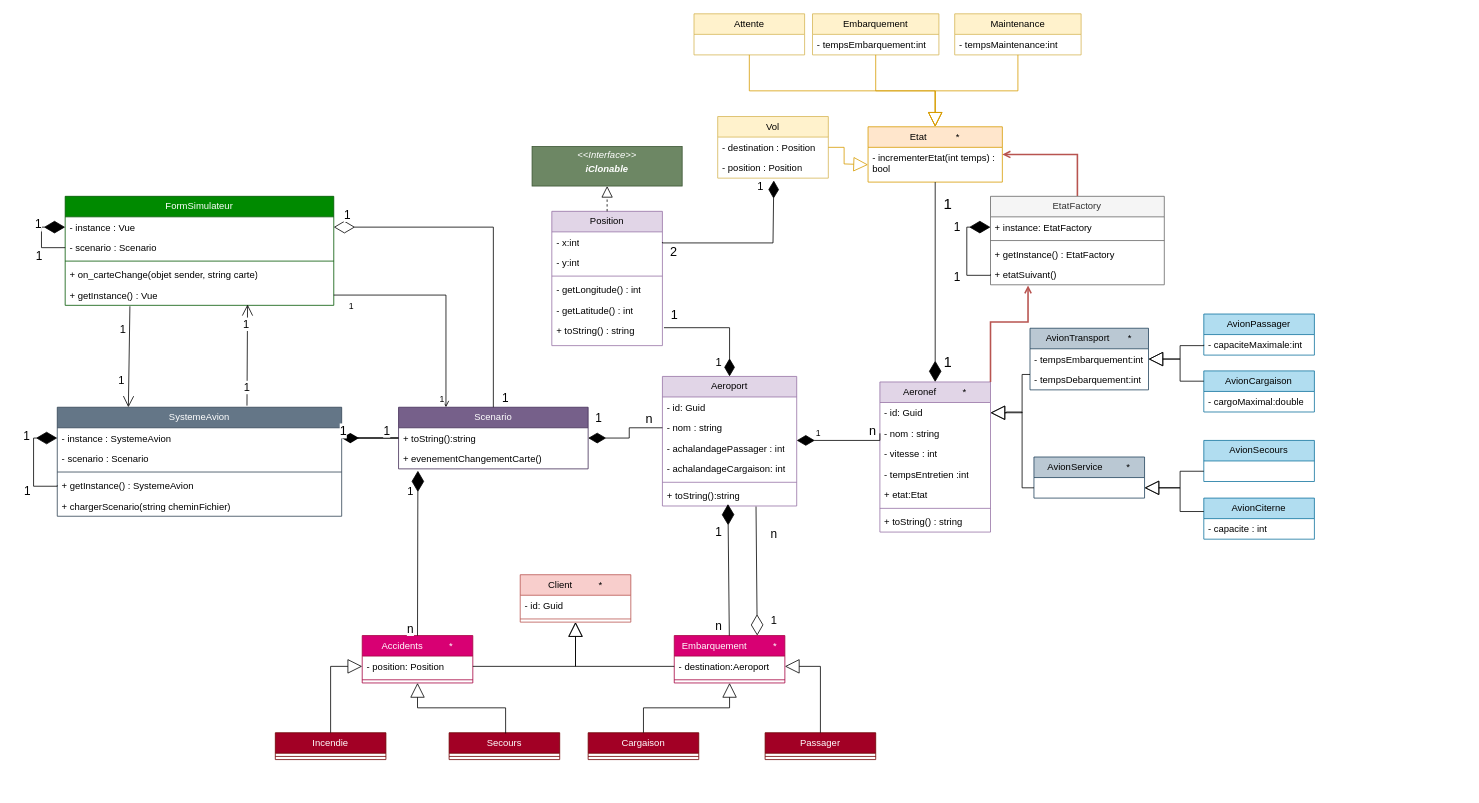
The draw.io diagram AviyonsSimulateur.drawio in felixcharbonneau/Echec, before the edit. Source tidied: cells renumbered, new cells numbered last; positions are measured from the earlier drawing's top-left corner, leaving out a move shared by most shapes. Both pictures are drawn from the tidied source at 79%, with x=0, y=0 at pixel (33, 13).
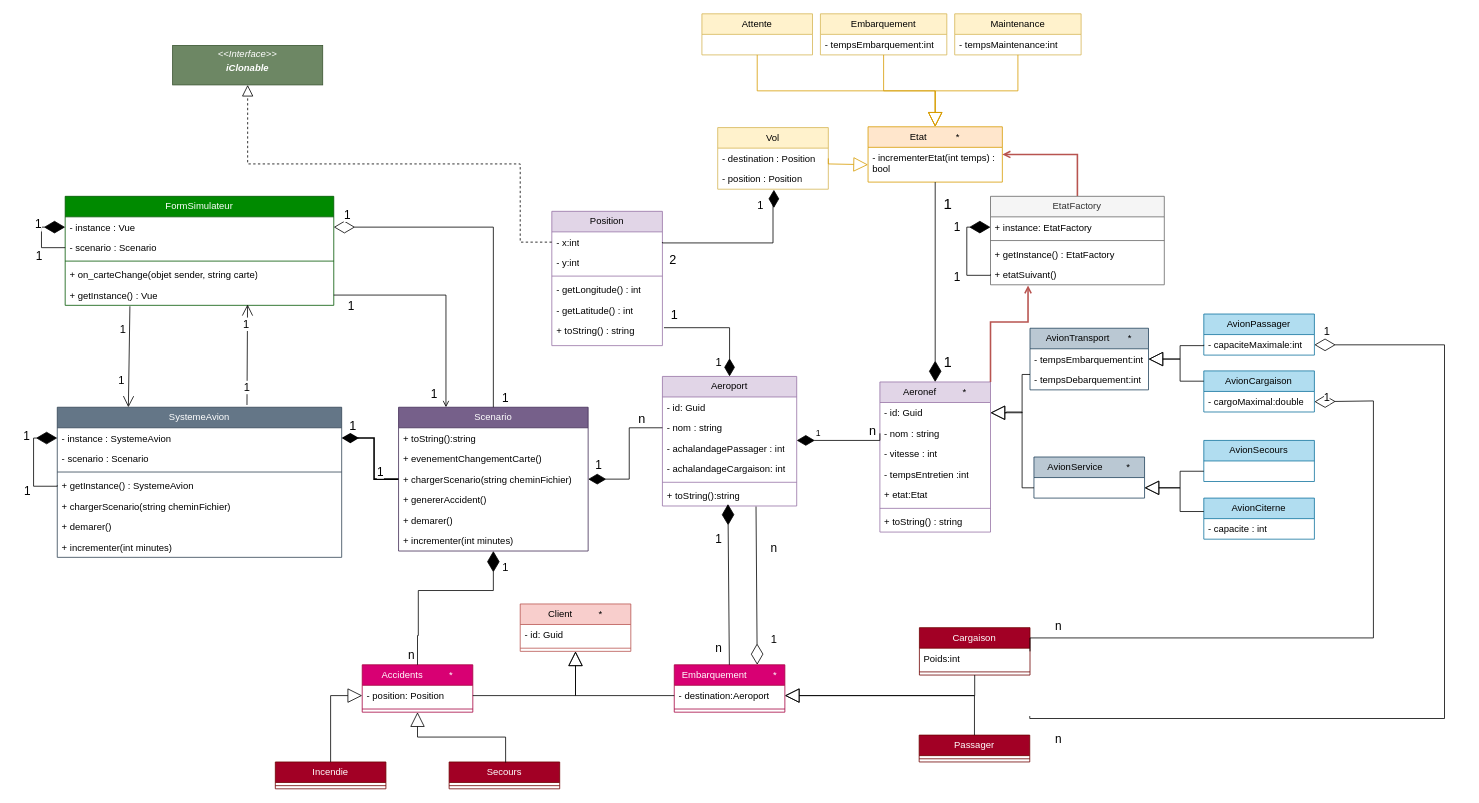
The same page after the edit.

Unchanged cells that the change refers to:
```xml
<mxCell id="13" value="+ evenementChangementCarte()" style="text;strokeColor=none;fillColor=none;align=left;verticalAlign=top;spacingLeft=4;spacingRight=4;overflow=hidden;points=[[0,0.5],[1,0.5]];portConstraint=eastwest;whiteSpace=wrap;html=1;" parent="11" vertex="1">
  <mxGeometry y="52" width="240" height="26" as="geometry" />
</mxCell>
<mxCell id="14" style="edgeStyle=orthogonalEdgeStyle;rounded=0;jettySize=auto;html=1;exitX=0;exitY=0.5;exitDx=0;exitDy=0;endArrow=diamondThin;endFill=1;strokeWidth=2;endSize=16;" parent="1" edge="1" source="11" target="3">
  <mxGeometry relative="1" as="geometry" />
</mxCell>
<mxCell id="35" style="edgeStyle=orthogonalEdgeStyle;rounded=0;jettySize=auto;html=1;exitX=1;exitY=0.5;exitDx=0;exitDy=0;entryX=0.25;entryY=0;entryDx=0;entryDy=0;endArrow=open;endFill=0;" parent="1" edge="1" source="22" target="11">
  <mxGeometry relative="1" as="geometry" />
</mxCell>
<mxCell id="57" value="- capaciteMaximale:int" style="text;strokeColor=none;fillColor=none;align=left;verticalAlign=top;spacingLeft=4;spacingRight=4;overflow=hidden;points=[[0,0.5],[1,0.5]];portConstraint=eastwest;whiteSpace=wrap;html=1;" parent="56" vertex="1">
  <mxGeometry y="26" width="140" height="26" as="geometry" />
</mxCell>
<mxCell id="59" value="- cargoMaximal:double" style="text;strokeColor=none;fillColor=none;align=left;verticalAlign=top;spacingLeft=4;spacingRight=4;overflow=hidden;points=[[0,0.5],[1,0.5]];portConstraint=eastwest;whiteSpace=wrap;html=1;" parent="58" vertex="1">
  <mxGeometry y="26" width="140" height="26" as="geometry" />
</mxCell>
<mxCell id="77" value="- incrementerEtat(int temps) : bool" style="text;strokeColor=none;fillColor=none;align=left;verticalAlign=top;spacingLeft=4;spacingRight=4;overflow=hidden;points=[[0,0.5],[1,0.5]];portConstraint=eastwest;whiteSpace=wrap;html=1;" parent="76" vertex="1">
  <mxGeometry y="26" width="170" height="44" as="geometry" />
</mxCell>
<mxCell id="87" value="- destination : Position" style="text;strokeColor=none;fillColor=none;align=left;verticalAlign=top;spacingLeft=4;spacingRight=4;overflow=hidden;points=[[0,0.5],[1,0.5]];portConstraint=eastwest;whiteSpace=wrap;html=1;" parent="86" vertex="1">
  <mxGeometry y="26" width="140" height="26" as="geometry" />
</mxCell>
<mxCell id="88" value="- position : Position" style="text;strokeColor=none;fillColor=none;align=left;verticalAlign=top;spacingLeft=4;spacingRight=4;overflow=hidden;points=[[0,0.5],[1,0.5]];portConstraint=eastwest;whiteSpace=wrap;html=1;" parent="86" vertex="1">
  <mxGeometry y="52" width="140" height="26" as="geometry" />
</mxCell>
<mxCell id="89" value="Position" style="swimlane;fontStyle=0;horizontal=1;startSize=26;fillColor=#e1d5e7;whiteSpace=wrap;html=1;strokeColor=#9673a6;" parent="1" vertex="1">
  <mxGeometry x="656" y="250" width="140" height="170" as="geometry" />
</mxCell>
<mxCell id="90" value="- x:int" style="text;strokeColor=none;fillColor=none;align=left;verticalAlign=top;spacingLeft=4;spacingRight=4;overflow=hidden;points=[[0,0.5],[1,0.5]];portConstraint=eastwest;whiteSpace=wrap;html=1;" parent="89" vertex="1">
  <mxGeometry y="26" width="140" height="26" as="geometry" />
</mxCell>
<mxCell id="126" value="- destination:Aeroport" style="text;strokeColor=none;fillColor=none;align=left;verticalAlign=top;spacingLeft=4;spacingRight=4;overflow=hidden;points=[[0,0.5],[1,0.5]];portConstraint=eastwest;whiteSpace=wrap;html=1;" parent="125" vertex="1">
  <mxGeometry y="26" width="140" height="26" as="geometry" />
</mxCell>
```

The edit, as a diff of the source:
```diff
@@
     <mxCell id="2" value="SystemeAvion" style="swimlane;fontStyle=0;horizontal=1;startSize=26;fillColor=#647687;whiteSpace=wrap;html=1;strokeColor=#314354;fontColor=#ffffff;" parent="1" vertex="1">
-      <mxGeometry x="30" y="498" width="360" height="138" as="geometry" />
+      <mxGeometry x="30" y="498" width="360" height="190" as="geometry" />
     </mxCell>
@@
+    <mxCell id="150" value="+ demarer()" style="text;strokeColor=none;fillColor=none;align=left;verticalAlign=top;spacingLeft=4;spacingRight=4;overflow=hidden;whiteSpace=wrap;html=1;" parent="2" vertex="1">
+      <mxGeometry y="138" width="360" height="26" as="geometry" />
+    </mxCell>
+    <mxCell id="151" value="+ incrementer(int minutes)" style="text;strokeColor=none;fillColor=none;align=left;verticalAlign=top;spacingLeft=4;spacingRight=4;overflow=hidden;whiteSpace=wrap;html=1;" parent="2" vertex="1">
+      <mxGeometry y="164" width="360" height="26" as="geometry" />
+    </mxCell>
     <mxCell id="11" value="Scenario" style="swimlane;fontStyle=0;horizontal=1;startSize=26;fillColor=#76608a;whiteSpace=wrap;html=1;strokeColor=#432D57;fontColor=#ffffff;" parent="1" vertex="1">
-      <mxGeometry x="462" y="498" width="240" height="78" as="geometry" />
+      <mxGeometry x="462" y="498" width="240" height="182" as="geometry" />
     </mxCell>
@@
+    <mxCell id="152" value="+ chargerScenario(string cheminFichier)" style="text;strokeColor=none;fillColor=none;align=left;verticalAlign=top;spacingLeft=4;spacingRight=4;overflow=hidden;whiteSpace=wrap;html=1;" parent="11" vertex="1">
+      <mxGeometry y="78" width="240" height="26" as="geometry" />
+    </mxCell>
+    <mxCell id="153" value="+ genererAccident()" style="text;strokeColor=none;fillColor=none;align=left;verticalAlign=top;spacingLeft=4;spacingRight=4;overflow=hidden;whiteSpace=wrap;html=1;" parent="11" vertex="1">
+      <mxGeometry y="104" width="240" height="26" as="geometry" />
+    </mxCell>
+    <mxCell id="154" value="+ demarer()" style="text;strokeColor=none;fillColor=none;align=left;verticalAlign=top;spacingLeft=4;spacingRight=4;overflow=hidden;whiteSpace=wrap;html=1;" parent="11" vertex="1">
+      <mxGeometry y="130" width="240" height="26" as="geometry" />
+    </mxCell>
+    <mxCell id="155" value="+ incrementer(int minutes)" style="text;strokeColor=none;fillColor=none;align=left;verticalAlign=top;spacingLeft=4;spacingRight=4;overflow=hidden;whiteSpace=wrap;html=1;" parent="11" vertex="1">
+      <mxGeometry y="156" width="240" height="26" as="geometry" />
+    </mxCell>
@@
     <mxCell id="15" value="1" style="edgeLabel;html=1;align=center;verticalAlign=middle;fontSize=16;" parent="14" vertex="1">
       <mxGeometry x="0.51" y="-4" relative="1" as="geometry">
-        <mxPoint x="-17" y="-6" as="offset" />
+        <mxPoint x="-17" y="-13" as="offset" />
       </mxGeometry>
     </mxCell>
@@
-    <mxCell id="36" value="1" style="edgeLabel;html=1;align=center;verticalAlign=middle;" parent="35" vertex="1">
+    <mxCell id="36" value="1" style="edgeLabel;html=1;align=center;verticalAlign=middle;fontSize=15;" parent="35" vertex="1">
       <mxGeometry x="0.83" y="-1" relative="1" as="geometry">
-        <mxPoint x="-5" y="13" as="offset" />
+        <mxPoint x="-15" y="6" as="offset" />
       </mxGeometry>
     </mxCell>
-    <mxCell id="37" value="1" style="edgeLabel;html=1;align=center;verticalAlign=middle;" parent="35" vertex="1">
+    <mxCell id="37" value="1" style="edgeLabel;html=1;align=center;verticalAlign=middle;fontSize=15;" parent="35" vertex="1">
       <mxGeometry x="-0.79" y="1" relative="1" as="geometry">
         <mxPoint x="-9" y="14" as="offset" />
       </mxGeometry>
     </mxCell>
@@
     <mxCell id="47" value="1" style="edgeLabel;html=1;align=center;verticalAlign=middle;fontSize=15;" parent="1" vertex="1">
-      <mxGeometry x="606" y="490" as="geometry">
+      <mxGeometry x="606" y="550" as="geometry">
         <mxPoint x="108" y="20" as="offset" />
       </mxGeometry>
     </mxCell>
@@
     <mxCell id="81" value="Attente" style="swimlane;fontStyle=0;horizontal=1;startSize=26;fillColor=#fff2cc;whiteSpace=wrap;html=1;strokeColor=#d6b656;" parent="1" vertex="1">
-      <mxGeometry x="836" width="140" height="52" as="geometry" />
+      <mxGeometry x="846" width="140" height="52" as="geometry" />
     </mxCell>
@@
     <mxCell id="83" value="Embarquement" style="swimlane;fontStyle=0;horizontal=1;startSize=26;fillColor=#fff2cc;whiteSpace=wrap;html=1;strokeColor=#d6b656;" parent="1" vertex="1">
-      <mxGeometry x="986" width="160" height="52" as="geometry" />
+      <mxGeometry x="996" width="160" height="52" as="geometry" />
     </mxCell>
@@
     <mxCell id="86" value="Vol" style="swimlane;fontStyle=0;horizontal=1;startSize=26;fillColor=#fff2cc;whiteSpace=wrap;html=1;strokeColor=#d6b656;" parent="1" vertex="1">
-      <mxGeometry x="866" y="130" width="140" height="78" as="geometry" />
+      <mxGeometry x="866" y="144" width="140" height="78" as="geometry" />
     </mxCell>
@@
     <mxCell id="96" value="&lt;p style=&quot;margin:0px;margin-top:4px;text-align:center;&quot;&gt;&lt;i&gt;&amp;lt;&amp;lt;Interface&amp;gt;&amp;gt;&lt;/i&gt;&lt;br&gt;&lt;/p&gt;&lt;p style=&quot;margin:0px;margin-top:4px;text-align:center;&quot;&gt;&lt;i&gt;&lt;b&gt;iClonable&lt;/b&gt;&lt;/i&gt;&lt;/p&gt;&lt;p style=&quot;margin:0px;margin-left:4px;&quot;&gt;&lt;br&gt;&lt;/p&gt;" style="verticalAlign=top;align=left;overflow=fill;html=1;whiteSpace=wrap;fillColor=#6d8764;fontColor=#ffffff;strokeColor=#3A5431;" parent="1" vertex="1">
-      <mxGeometry x="631" y="168" width="190" height="50" as="geometry" />
+      <mxGeometry x="176" y="40" width="190" height="50" as="geometry" />
     </mxCell>
-    <mxCell id="97" style="endArrow=block;dashed=1;endFill=0;endSize=12;html=1;rounded=0;entryX=0.5;entryY=1;entryDx=0;entryDy=0;exitX=0.5;exitY=0;exitDx=0;exitDy=0;" parent="1" edge="1" source="89" target="96">
-      <mxGeometry relative="1" as="geometry" />
+    <mxCell id="97" style="endArrow=block;dashed=1;endFill=0;endSize=12;html=1;rounded=0;entryX=0.5;entryY=1;entryDx=0;entryDy=0;exitX=0;exitY=0.5;exitDx=0;exitDy=0;edgeStyle=orthogonalEdgeStyle;" parent="1" edge="1" source="90" target="96">
+      <mxGeometry relative="1" as="geometry">
+        <Array as="points">
+          <mxPoint x="616" y="289" />
+          <mxPoint x="616" y="190" />
+          <mxPoint x="271" y="190" />
+        </Array>
+      </mxGeometry>
     </mxCell>
@@
-    <mxCell id="101" style="edgeStyle=orthogonalEdgeStyle;rounded=0;jettySize=auto;html=1;endArrow=diamondThin;endFill=1;endSize=20;exitX=1;exitY=0.5;exitDx=0;exitDy=0;entryX=0.507;entryY=1.115;entryDx=0;entryDy=0;entryPerimeter=0;" parent="1" edge="1" source="90" target="88">
+    <mxCell id="101" style="edgeStyle=orthogonalEdgeStyle;rounded=0;jettySize=auto;html=1;endArrow=diamondThin;endFill=1;endSize=20;exitX=1;exitY=0.5;exitDx=0;exitDy=0;entryX=0.508;entryY=1.028;entryDx=0;entryDy=0;entryPerimeter=0;" parent="1" edge="1" source="90" target="88">
       <mxGeometry relative="1" as="geometry">
         <Array as="points">
           <mxPoint x="796" y="290" />
           <mxPoint x="936" y="290" />
-          <mxPoint x="936" y="211" />
+          <mxPoint x="936" y="230" />
+          <mxPoint x="937" y="230" />
         </Array>
       </mxGeometry>
     </mxCell>
     <mxCell id="102" value="2" style="edgeLabel;html=1;align=center;verticalAlign=middle;fontSize=16;" parent="101" vertex="1">
       <mxGeometry x="-0.66" y="-3" relative="1" as="geometry">
-        <mxPoint x="-23" y="7" as="offset" />
+        <mxPoint x="-23" y="17" as="offset" />
       </mxGeometry>
     </mxCell>
     <mxCell id="103" value="&lt;font style=&quot;font-size: 14px;&quot;&gt;1&lt;/font&gt;" style="edgeLabel;html=1;align=center;verticalAlign=middle;" parent="101" vertex="1">
       <mxGeometry x="0.5" y="1" relative="1" as="geometry">
-        <mxPoint x="-16" y="-48" as="offset" />
+        <mxPoint x="-16" y="-33" as="offset" />
       </mxGeometry>
     </mxCell>
     <mxCell id="104" style="endArrow=block;endSize=16;endFill=0;html=1;rounded=0;entryX=0;entryY=0.5;entryDx=0;entryDy=0;edgeStyle=orthogonalEdgeStyle;fillColor=#ffe6cc;strokeColor=#d79b00;exitX=1;exitY=0.5;exitDx=0;exitDy=0;" parent="1" edge="1" source="87" target="77">
       <mxGeometry relative="1" as="geometry">
         <Array as="points">
-          <mxPoint x="1026" y="169" />
-          <mxPoint x="1026" y="190" />
+          <mxPoint x="1006" y="190" />
           <mxPoint x="1056" y="190" />
         </Array>
       </mxGeometry>
     </mxCell>
@@
     <mxCell id="115" value="Client&amp;nbsp; &amp;nbsp; &amp;nbsp; &amp;nbsp; &amp;nbsp; *" style="swimlane;fontStyle=0;horizontal=1;startSize=26;fillColor=#f8cecc;whiteSpace=wrap;html=1;strokeColor=#b85450;" parent="1" vertex="1">
-      <mxGeometry x="616" y="710" width="140" height="60" as="geometry" />
+      <mxGeometry x="616" y="747" width="140" height="60" as="geometry" />
     </mxCell>
@@
     <mxCell id="118" value="Incendie" style="swimlane;fontStyle=0;horizontal=1;startSize=26;fillColor=#a20025;whiteSpace=wrap;html=1;strokeColor=#6F0000;fontColor=#ffffff;" parent="1" vertex="1">
-      <mxGeometry x="306" y="910" width="140" height="34" as="geometry" />
+      <mxGeometry x="306" y="947" width="140" height="34" as="geometry" />
     </mxCell>
@@
     <mxCell id="120" value="Secours" style="swimlane;fontStyle=0;horizontal=1;startSize=26;fillColor=#a20025;whiteSpace=wrap;html=1;strokeColor=#6F0000;fontColor=#ffffff;" parent="1" vertex="1">
-      <mxGeometry x="526" y="910" width="140" height="34" as="geometry" />
+      <mxGeometry x="526" y="947" width="140" height="34" as="geometry" />
     </mxCell>
@@
     <mxCell id="122" value="Accidents&amp;nbsp; &amp;nbsp; &amp;nbsp; &amp;nbsp; &amp;nbsp; *" style="swimlane;fontStyle=0;horizontal=1;startSize=26;fillColor=#d80073;whiteSpace=wrap;html=1;strokeColor=#A50040;fontColor=#ffffff;" parent="1" vertex="1">
-      <mxGeometry x="416" y="787" width="140" height="60" as="geometry" />
+      <mxGeometry x="416" y="824" width="140" height="60" as="geometry" />
     </mxCell>
@@
     <mxCell id="125" value="Embarquement&amp;nbsp; &amp;nbsp; &amp;nbsp; &amp;nbsp; &amp;nbsp; *" style="swimlane;fontStyle=0;horizontal=1;startSize=26;fillColor=#d80073;whiteSpace=wrap;html=1;strokeColor=#A50040;fontColor=#ffffff;" parent="1" vertex="1">
-      <mxGeometry x="811" y="787" width="140" height="60" as="geometry" />
+      <mxGeometry x="811" y="824" width="140" height="60" as="geometry" />
     </mxCell>
@@
-    <mxCell id="128" value="Passager" style="swimlane;fontStyle=0;horizontal=1;startSize=26;fillColor=#a20025;whiteSpace=wrap;html=1;strokeColor=#6F0000;fontColor=#ffffff;" parent="1" vertex="1">
-      <mxGeometry x="926" y="910" width="140" height="34" as="geometry" />
+    <mxCell id="128" value="Cargaison" style="swimlane;fontStyle=0;horizontal=1;startSize=26;fillColor=#a20025;whiteSpace=wrap;html=1;strokeColor=#6F0000;fontColor=#ffffff;" parent="1" vertex="1">
+      <mxGeometry x="1121.3" y="777" width="140" height="60" as="geometry" />
     </mxCell>
+    <mxCell id="156" value="Poids:int" style="text;strokeColor=none;fillColor=none;align=left;verticalAlign=top;spacingLeft=4;spacingRight=4;overflow=hidden;whiteSpace=wrap;html=1;" parent="128" vertex="1">
+      <mxGeometry y="26" width="140" height="26" as="geometry" />
+    </mxCell>
     <mxCell id="129" style="line;strokeWidth=1;fillColor=none;align=left;verticalAlign=middle;spacingTop=-1;spacingLeft=3;spacingRight=3;labelPosition=right;strokeColor=inherit;" parent="128" vertex="1">
-      <mxGeometry y="26" width="140" height="8" as="geometry" />
+      <mxGeometry y="52" width="140" height="8" as="geometry" />
     </mxCell>
-    <mxCell id="130" value="Cargaison" style="swimlane;fontStyle=0;horizontal=1;startSize=26;fillColor=#a20025;whiteSpace=wrap;html=1;strokeColor=#6F0000;fontColor=#ffffff;" parent="1" vertex="1">
-      <mxGeometry x="702" y="910" width="140" height="34" as="geometry" />
+    <mxCell id="130" value="Passager" style="swimlane;fontStyle=0;horizontal=1;startSize=26;fillColor=#a20025;whiteSpace=wrap;html=1;strokeColor=#6F0000;fontColor=#ffffff;" parent="1" vertex="1">
+      <mxGeometry x="1121" y="913" width="140" height="34" as="geometry" />
     </mxCell>
@@
-    <mxCell id="135" style="endArrow=diamondThin;endFill=1;endSize=24;html=1;rounded=0;entryX=0.102;entryY=1.09;entryDx=0;entryDy=0;entryPerimeter=0;exitX=0.5;exitY=0;exitDx=0;exitDy=0;edgeStyle=orthogonalEdgeStyle;" parent="1" edge="1" source="122" target="13">
+    <mxCell id="135" style="endArrow=diamondThin;endFill=1;endSize=24;html=1;rounded=0;exitX=0.5;exitY=0;exitDx=0;exitDy=0;edgeStyle=orthogonalEdgeStyle;" parent="1" edge="1" source="122">
       <mxGeometry relative="1" as="geometry">
+        <mxPoint x="582" y="680" as="targetPoint" />
         <Array as="points">
+          <mxPoint x="486" y="787" />
           <mxPoint x="487" y="787" />
+          <mxPoint x="487" y="730" />
+          <mxPoint x="582" y="730" />
         </Array>
       </mxGeometry>
     </mxCell>
     <mxCell id="136" value="1" style="edgeLabel;html=1;align=center;verticalAlign=middle;fontSize=14;" parent="135" vertex="1">
       <mxGeometry x="0.38" relative="1" as="geometry">
-        <mxPoint x="-10" y="-39" as="offset" />
+        <mxPoint x="38" y="-30" as="offset" />
       </mxGeometry>
     </mxCell>
     <mxCell id="137" value="n" style="edgeLabel;html=1;align=center;verticalAlign=middle;fontSize=15;" parent="135" vertex="1">
       <mxGeometry x="-0.5" y="-1" relative="1" as="geometry">
-        <mxPoint x="-11" y="42" as="offset" />
+        <mxPoint x="-11" y="45" as="offset" />
       </mxGeometry>
     </mxCell>
@@
-    <mxCell id="148" style="endArrow=block;endSize=16;endFill=0;html=1;rounded=0;exitX=0.5;exitY=0;exitDx=0;exitDy=0;entryX=0.5;entryY=1;entryDx=0;entryDy=0;edgeStyle=orthogonalEdgeStyle;" parent="1" edge="1" source="130" target="125">
+    <mxCell id="148" style="endArrow=block;endSize=16;endFill=0;html=1;rounded=0;exitX=0.5;exitY=0;exitDx=0;exitDy=0;entryX=1;entryY=0.5;entryDx=0;entryDy=0;edgeStyle=orthogonalEdgeStyle;" parent="1" edge="1" source="130" target="126">
       <mxGeometry relative="1" as="geometry" />
     </mxCell>
@@
+    <mxCell id="157" style="endArrow=diamondThin;endFill=0;endSize=24;html=1;rounded=0;entryX=1;entryY=0.5;entryDx=0;entryDy=0;exitX=1;exitY=0.5;exitDx=0;exitDy=0;edgeStyle=orthogonalEdgeStyle;" parent="1" edge="1" source="128" target="59">
+      <mxGeometry relative="1" as="geometry">
+        <Array as="points">
+          <mxPoint x="1261" y="790" />
+          <mxPoint x="1696" y="790" />
+          <mxPoint x="1696" y="490" />
+          <mxPoint x="1621" y="490" />
+        </Array>
+      </mxGeometry>
+    </mxCell>
+    <mxCell id="158" value="1" style="edgeLabel;html=1;align=center;verticalAlign=middle;fontSize=14;" parent="157" vertex="1">
+      <mxGeometry x="0.31" y="-1" relative="1" as="geometry">
+        <mxPoint x="-61" y="-215" as="offset" />
+      </mxGeometry>
+    </mxCell>
+    <mxCell id="159" value="n" style="edgeLabel;html=1;align=center;verticalAlign=middle;fontSize=15;" parent="157" vertex="1">
+      <mxGeometry x="-0.04" y="-1" relative="1" as="geometry">
+        <mxPoint x="-345" y="-18" as="offset" />
+      </mxGeometry>
+    </mxCell>
+    <mxCell id="160" style="endArrow=diamondThin;endFill=0;endSize=24;html=1;rounded=0;entryX=1;entryY=0.5;entryDx=0;entryDy=0;exitX=1;exitY=0.5;exitDx=0;exitDy=0;edgeStyle=orthogonalEdgeStyle;" parent="1" edge="1" target="57">
+      <mxGeometry relative="1" as="geometry">
+        <mxPoint x="1261" y="888.9" as="sourcePoint" />
+        <Array as="points">
+          <mxPoint x="1261" y="892" />
+          <mxPoint x="1786" y="892" />
+          <mxPoint x="1786" y="419" />
+        </Array>
+      </mxGeometry>
+    </mxCell>
+    <mxCell id="161" value="1" style="edgeLabel;html=1;align=center;verticalAlign=middle;fontSize=14;" parent="160" vertex="1">
+      <mxGeometry x="0.31" y="-1" relative="1" as="geometry">
+        <mxPoint x="-151" y="-255" as="offset" />
+      </mxGeometry>
+    </mxCell>
+    <mxCell id="162" value="n" style="edgeLabel;html=1;align=center;verticalAlign=middle;fontSize=15;" parent="160" vertex="1">
+      <mxGeometry x="-0.04" y="-1" relative="1" as="geometry">
+        <mxPoint x="-491" y="57" as="offset" />
+      </mxGeometry>
+    </mxCell>
```
